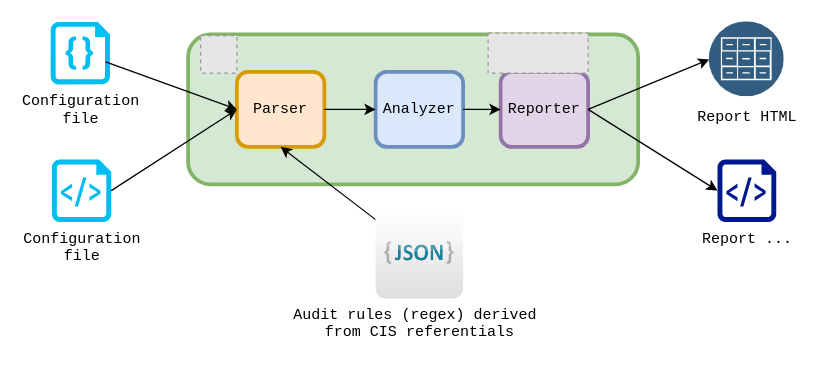
The draw.io diagram DesignOverview.drawio in ExcelliumSA/WebConfigurationAuditor, before the edit. Source tidied: cells renumbered, new cells numbered last; positions are measured from the earlier drawing's top-left corner, leaving out a move shared by most shapes. Both pictures are drawn from the tidied source at 125%, with x=0, y=0 at pixel (50, 21). Pictures stored in the file or linked from it are replaced by grey dashed boxes.
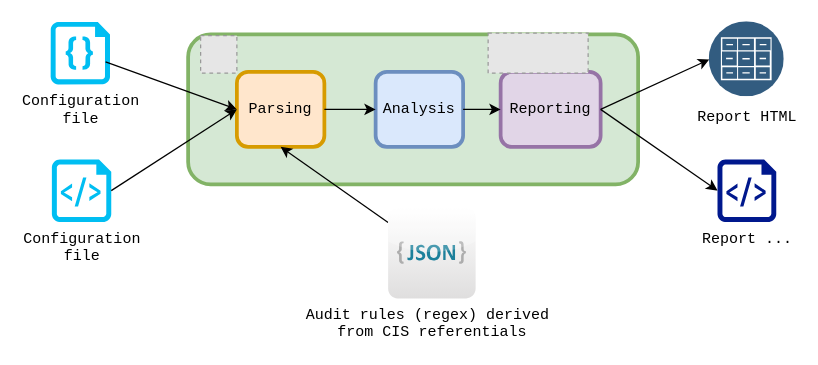
Above is the later version.

Diff of the diagram source:
```diff
@@
-    <mxCell id="5" value="Parser" style="rounded=1;whiteSpace=wrap;html=1;fillColor=#ffe6cc;strokeColor=#d79b00;fontFamily=Courier New;strokeWidth=3;" parent="1" vertex="1">
+    <mxCell id="5" value="Parsing" style="rounded=1;whiteSpace=wrap;html=1;fillColor=#ffe6cc;strokeColor=#d79b00;fontFamily=Courier New;strokeWidth=3;" parent="1" vertex="1">
       <mxGeometry x="149" y="40" width="70" height="60" as="geometry" />
     </mxCell>
-    <mxCell id="6" value="Analyzer" style="rounded=1;whiteSpace=wrap;html=1;fillColor=#dae8fc;strokeColor=#6c8ebf;fontFamily=Courier New;strokeWidth=3;" parent="1" vertex="1">
+    <mxCell id="6" value="Analysis" style="rounded=1;whiteSpace=wrap;html=1;fillColor=#dae8fc;strokeColor=#6c8ebf;fontFamily=Courier New;strokeWidth=3;" parent="1" vertex="1">
       <mxGeometry x="260" y="40" width="70" height="60" as="geometry" />
     </mxCell>
-    <mxCell id="7" value="Reporter" style="rounded=1;whiteSpace=wrap;html=1;fillColor=#e1d5e7;strokeColor=#9673a6;fontFamily=Courier New;strokeWidth=3;" parent="1" vertex="1">
-      <mxGeometry x="360" y="40" width="70" height="60" as="geometry" />
+    <mxCell id="7" value="Reporting" style="rounded=1;whiteSpace=wrap;html=1;fillColor=#e1d5e7;strokeColor=#9673a6;fontFamily=Courier New;strokeWidth=3;" parent="1" vertex="1">
+      <mxGeometry x="360" y="40" width="80" height="60" as="geometry" />
     </mxCell>
@@
     <mxCell id="19" value="Audit rules (regex) derived&amp;nbsp;&lt;br&gt;from CIS referentials" style="dashed=0;outlineConnect=0;html=1;align=center;labelPosition=center;verticalLabelPosition=bottom;verticalAlign=top;shape=mxgraph.webicons.json_2;gradientColor=#DFDEDE;fontFamily=Courier New;fontColor=#000000;" parent="1" vertex="1">
-      <mxGeometry x="260" y="148.8" width="70" height="72.4" as="geometry" />
+      <mxGeometry x="270" y="148.8" width="70" height="72.4" as="geometry" />
     </mxCell>
```
